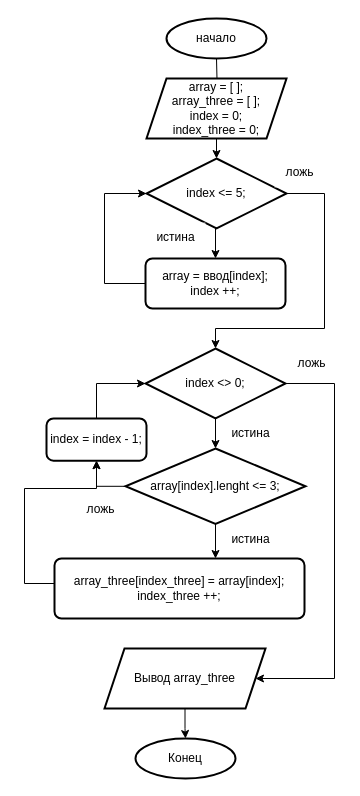
ArtemFinder/seminar-C- keeps this draw.io diagram as final_control_work/block diagram.drawio. Above is the earlier version. Source tidied: cells renumbered, new cells numbered last; positions are measured from the earlier drawing's top-left corner, leaving out a move shared by most shapes. Both pictures are drawn from the tidied source at 100%, with x=0, y=0 at pixel (24, 18).
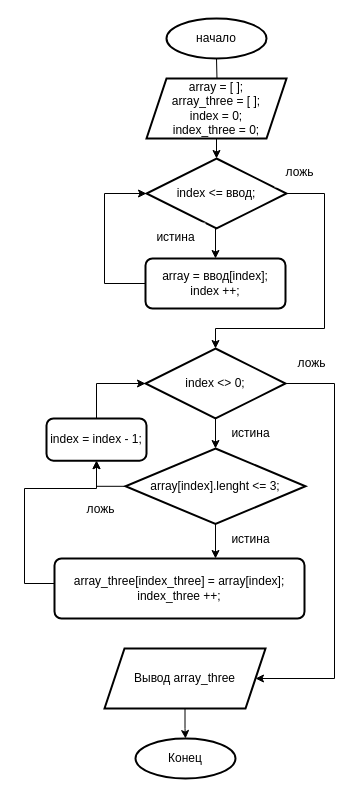
After the change.

Change to the diagram source:
```diff
@@
-    <mxCell id="7" value="index &amp;lt;= 5;" style="rhombus;whiteSpace=wrap;html=1;strokeWidth=2;" parent="1" vertex="1">
+    <mxCell id="7" value="index &amp;lt;= ввод;" style="rhombus;whiteSpace=wrap;html=1;strokeWidth=2;" parent="1" vertex="1">
       <mxGeometry x="122" y="140" width="140" height="70" as="geometry" />
     </mxCell>
```
